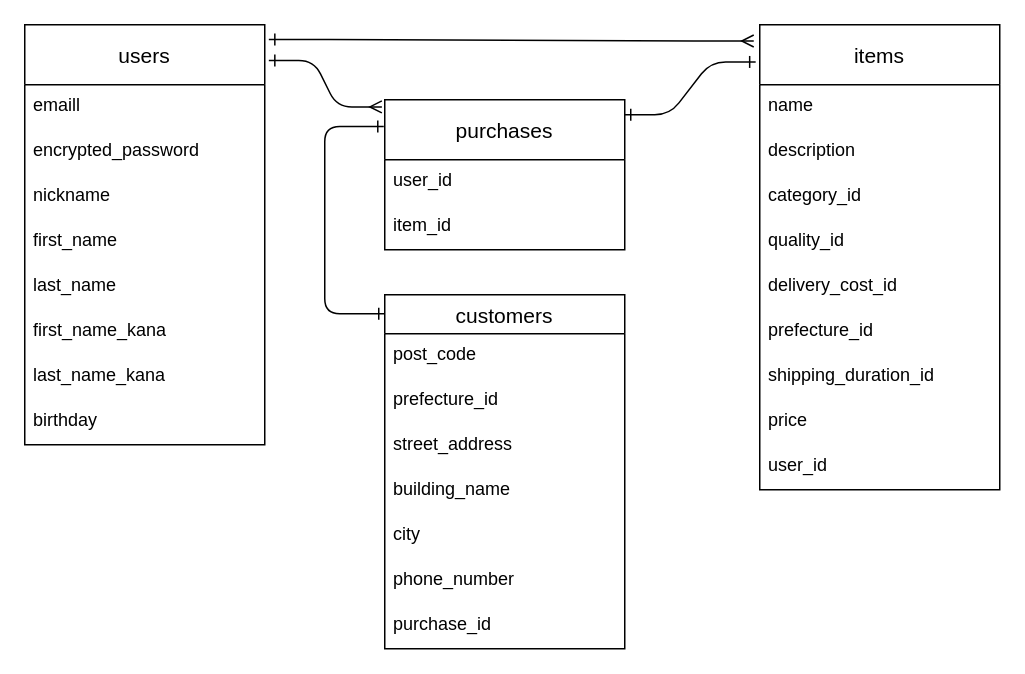
Earlier version of the draw.io diagram furima.dio (musasabi23/furima-39920). Source tidied: cells renumbered, new cells numbered last; positions are measured from the earlier drawing's top-left corner, leaving out a move shared by most shapes. Both pictures are drawn from the tidied source at 150%, with x=0, y=0 at pixel (24, 24).
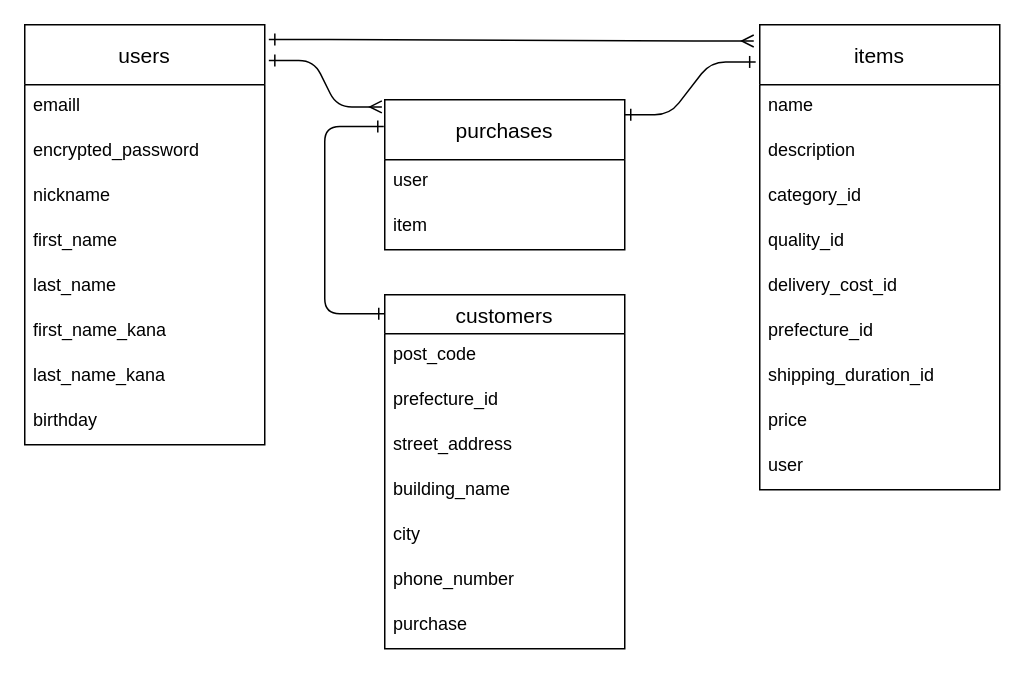
After the change.

The change refers to these unchanged cells:
```xml
<mxCell id="11" value="items" style="swimlane;fontStyle=0;horizontal=1;startSize=40;align=center;fontSize=14;" parent="1" vertex="1">
  <mxGeometry x="490" width="160" height="310" as="geometry" />
</mxCell>
<mxCell id="21" value="purchases" style="swimlane;fontStyle=0;horizontal=1;startSize=40;align=center;fontSize=14;" parent="1" vertex="1">
  <mxGeometry x="240" y="50" width="160" height="100" as="geometry" />
</mxCell>
<mxCell id="27" value="customers" style="swimlane;fontStyle=0;horizontal=1;startSize=26;align=center;fontSize=14;" parent="1" vertex="1">
  <mxGeometry x="240" y="180" width="160" height="236" as="geometry" />
</mxCell>
```

The edit, as a diff of the source:
```diff
@@
-    <mxCell id="20" value="user_id" style="text;strokeColor=none;fillColor=none;spacingLeft=4;spacingRight=4;overflow=hidden;fontSize=12;" parent="11" vertex="1">
+    <mxCell id="20" value="user" style="text;strokeColor=none;fillColor=none;spacingLeft=4;spacingRight=4;overflow=hidden;fontSize=12;" parent="11" vertex="1">
       <mxGeometry y="280" width="160" height="30" as="geometry" />
     </mxCell>
@@
-    <mxCell id="22" value="user_id" style="text;strokeColor=none;fillColor=none;spacingLeft=4;spacingRight=4;overflow=hidden;fontSize=12;" parent="21" vertex="1">
+    <mxCell id="22" value="user" style="text;strokeColor=none;fillColor=none;spacingLeft=4;spacingRight=4;overflow=hidden;fontSize=12;" parent="21" vertex="1">
       <mxGeometry y="40" width="160" height="30" as="geometry" />
     </mxCell>
-    <mxCell id="23" value="item_id" style="text;strokeColor=none;fillColor=none;spacingLeft=4;spacingRight=4;overflow=hidden;fontSize=12;" parent="21" vertex="1">
+    <mxCell id="23" value="item" style="text;strokeColor=none;fillColor=none;spacingLeft=4;spacingRight=4;overflow=hidden;fontSize=12;" parent="21" vertex="1">
       <mxGeometry y="70" width="160" height="30" as="geometry" />
     </mxCell>
@@
-    <mxCell id="34" value="purchase_id&#10;" style="text;strokeColor=none;fillColor=none;spacingLeft=4;spacingRight=4;overflow=hidden;fontSize=12;" parent="27" vertex="1">
+    <mxCell id="34" value="purchase&#10;" style="text;strokeColor=none;fillColor=none;spacingLeft=4;spacingRight=4;overflow=hidden;fontSize=12;" parent="27" vertex="1">
       <mxGeometry y="206" width="160" height="30" as="geometry" />
     </mxCell>
```
